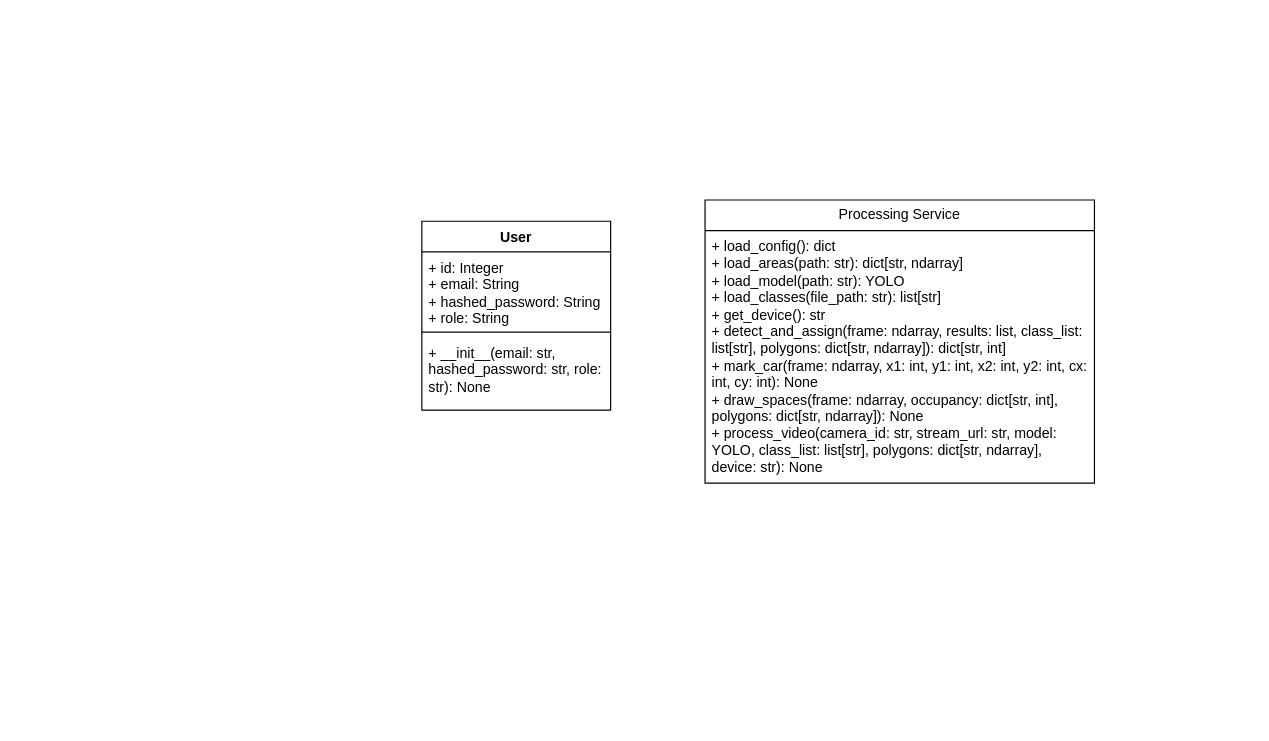
seminarioA/findParking keeps this draw.io diagram as Diagrama de Clases.drawio. Above is the earlier version. Source tidied: cells renumbered, new cells numbered last; positions are measured from the earlier drawing's top-left corner, leaving out a move shared by most shapes. Both pictures are drawn from the tidied source at 118%, with x=0, y=0 at pixel (421, 199).
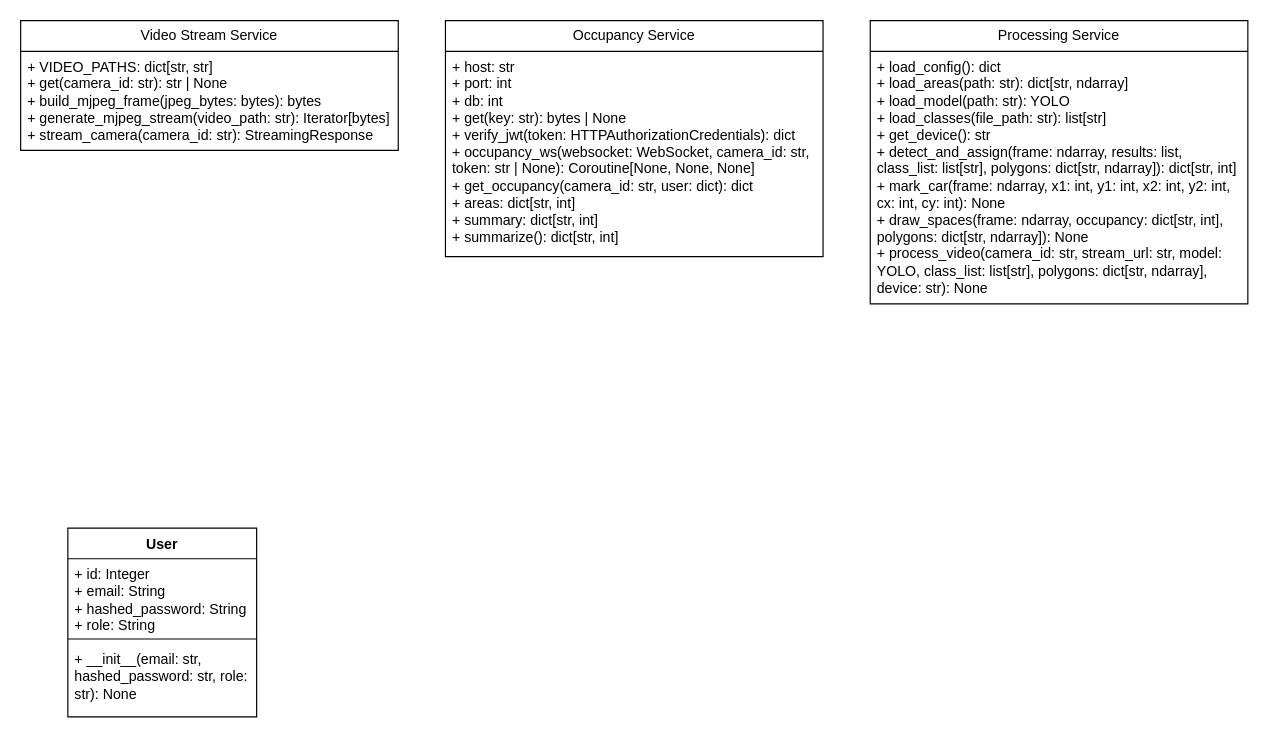
The same diagram, later.

Change to the diagram source:
```diff
@@
 <mxGraphModel>
   <root>
     <mxCell id="0" />
     <mxCell id="1" parent="0" />
     <mxCell id="2" value="&lt;span style=&quot;font-size: 12px;&quot;&gt;User&lt;/span&gt;" style="swimlane;fontStyle=1;align=center;verticalAlign=top;horizontal=1;startSize=26;whiteSpace=wrap;html=1;" parent="1" vertex="1">
-      <mxGeometry y="18" width="160" height="160" as="geometry" />
+      <mxGeometry x="-300" y="278" width="160" height="160" as="geometry" />
     </mxCell>
     <mxCell id="3" value="+ id: Integer&lt;div&gt;+ email: String&lt;/div&gt;&lt;div&gt;&lt;div&gt;&lt;span style=&quot;font-size: 12px;&quot;&gt;+ hashed_password: String&lt;/span&gt;&lt;/div&gt;&lt;div&gt;&lt;span style=&quot;font-size: 12px;&quot;&gt;+ role: String&lt;/span&gt;&lt;/div&gt;&lt;/div&gt;" style="text;strokeColor=none;fillColor=none;align=left;verticalAlign=top;spacingLeft=4;spacingRight=4;overflow=hidden;whiteSpace=wrap;html=1;" parent="2" vertex="1">
       <mxGeometry y="26" width="160" height="64" as="geometry" />
     </mxCell>
     <mxCell id="4" style="line;strokeWidth=1;fillColor=none;align=left;verticalAlign=middle;spacingTop=-1;spacingLeft=3;spacingRight=3;labelPosition=right;strokeColor=inherit;" parent="2" vertex="1">
       <mxGeometry y="90" width="160" height="8" as="geometry" />
     </mxCell>
     <mxCell id="5" value="&lt;div&gt;+ __init__(email: str, hashed_password: str, role: str): None&lt;/div&gt;" style="text;strokeColor=none;fillColor=none;align=left;verticalAlign=top;spacingLeft=4;spacingRight=4;overflow=hidden;whiteSpace=wrap;html=1;" parent="2" vertex="1">
       <mxGeometry y="98" width="160" height="62" as="geometry" />
     </mxCell>
     <mxCell id="6" value="&lt;span style=&quot;font-size: 12px;&quot;&gt;Processing Service&lt;/span&gt;" style="swimlane;fontStyle=0;horizontal=1;startSize=26;fillColor=none;whiteSpace=wrap;html=1;strokeColor=light-dark(#000000,#9933FF);" parent="1" vertex="1">
-      <mxGeometry x="240" width="330" height="240" as="geometry" />
+      <mxGeometry x="380" y="-152" width="320" height="240" as="geometry" />
     </mxCell>
     <mxCell id="7" value="&lt;div&gt;&lt;span style=&quot;font-size: 12px;&quot;&gt;+ load_config(): dict&lt;/span&gt;&lt;/div&gt;&lt;div&gt;&lt;span style=&quot;font-size: 12px;&quot;&gt;+ load_areas(path: str): dict[str, ndarray]&lt;/span&gt;&lt;/div&gt;&lt;div&gt;&lt;span style=&quot;font-size: 12px;&quot;&gt;+ load_model(path: str): YOLO&lt;/span&gt;&lt;/div&gt;&lt;div&gt;&lt;span style=&quot;font-size: 12px;&quot;&gt;+ load_classes(file_path: str): list[str]&lt;/span&gt;&lt;/div&gt;&lt;div&gt;&lt;span style=&quot;font-size: 12px;&quot;&gt;+ get_device(): str&lt;/span&gt;&lt;/div&gt;&lt;div&gt;&lt;span style=&quot;font-size: 12px;&quot;&gt;+ detect_and_assign(frame: ndarray, results: list, class_list: list[str], polygons: dict[str, ndarray]): dict[str, int]&lt;/span&gt;&lt;/div&gt;&lt;div&gt;&lt;span style=&quot;font-size: 12px;&quot;&gt;+ mark_car(frame: ndarray, x1: int, y1: int, x2: int, y2: int, cx: int, cy: int): None&lt;/span&gt;&lt;/div&gt;&lt;div&gt;&lt;span style=&quot;font-size: 12px;&quot;&gt;+ draw_spaces(frame: ndarray, occupancy: dict[str, int], polygons: dict[str, ndarray]): None&lt;/span&gt;&lt;/div&gt;&lt;div&gt;&lt;span style=&quot;font-size: 12px;&quot;&gt;+ process_video(camera_id: str, stream_url: str, model: YOLO, class_list: list[str], polygons: dict[str, ndarray], device: str): None&lt;/span&gt;&lt;/div&gt;" style="text;strokeColor=none;fillColor=none;align=left;verticalAlign=top;spacingLeft=4;spacingRight=4;overflow=hidden;whiteSpace=wrap;html=1;" parent="6" vertex="1">
-      <mxGeometry y="26" width="330" height="214" as="geometry" />
+      <mxGeometry y="26" width="320" height="214" as="geometry" />
     </mxCell>
+    <mxCell id="8" value="&lt;span style=&quot;font-size: 12px;&quot;&gt;Occupancy Service&lt;/span&gt;" style="swimlane;fontStyle=0;horizontal=1;startSize=26;fillColor=none;whiteSpace=wrap;html=1;strokeColor=light-dark(#000000,#0000FF);" parent="1" vertex="1">
+      <mxGeometry x="20" y="-152" width="320" height="200" as="geometry" />
+    </mxCell>
+    <mxCell id="9" value="&lt;div&gt;&lt;div&gt;&lt;span style=&quot;font-size: 12px;&quot;&gt;+ host: str&lt;/span&gt;&lt;/div&gt;&lt;div&gt;&lt;span style=&quot;font-size: 12px;&quot;&gt;+ port: int&lt;/span&gt;&lt;/div&gt;&lt;div&gt;&lt;span style=&quot;font-size: 12px;&quot;&gt;+ db: int&lt;/span&gt;&lt;/div&gt;&lt;div&gt;&lt;span style=&quot;font-size: 12px;&quot;&gt;+ get(key: str): bytes | None&lt;/span&gt;&lt;/div&gt;&lt;div&gt;&lt;span style=&quot;font-size: 12px;&quot;&gt;+ verify_jwt(token: HTTPAuthorizationCredentials): dict&lt;/span&gt;&lt;/div&gt;&lt;div&gt;&lt;span style=&quot;font-size: 12px;&quot;&gt;+ occupancy_ws(websocket: WebSocket, camera_id: str, token: str | None): Coroutine[None, None, None]&lt;/span&gt;&lt;/div&gt;&lt;div&gt;&lt;span style=&quot;font-size: 12px;&quot;&gt;+ get_occupancy(camera_id: str, user: dict): dict&lt;/span&gt;&lt;/div&gt;&lt;div&gt;&lt;span style=&quot;font-size: 12px;&quot;&gt;+ areas: dict[str, int]&lt;/span&gt;&lt;/div&gt;&lt;div&gt;&lt;span style=&quot;font-size: 12px;&quot;&gt;+ summary: dict[str, int]&lt;/span&gt;&lt;/div&gt;&lt;div&gt;&lt;span style=&quot;font-size: 12px;&quot;&gt;+ summarize(): dict[str, int]&lt;/span&gt;&lt;/div&gt;&lt;/div&gt;" style="text;strokeColor=none;fillColor=none;align=left;verticalAlign=top;spacingLeft=4;spacingRight=4;overflow=hidden;whiteSpace=wrap;html=1;" parent="8" vertex="1">
+      <mxGeometry y="26" width="320" height="174" as="geometry" />
+    </mxCell>
+    <mxCell id="10" value="&lt;span style=&quot;font-size: 12px;&quot;&gt;Video Stream Service&lt;/span&gt;" style="swimlane;fontStyle=0;horizontal=1;startSize=26;fillColor=none;whiteSpace=wrap;html=1;strokeColor=light-dark(#000000,#0000FF);" parent="1" vertex="1">
+      <mxGeometry x="-340" y="-152" width="320" height="110" as="geometry" />
+    </mxCell>
+    <mxCell id="11" value="&lt;div&gt;&lt;span style=&quot;font-size: 12px;&quot;&gt;+ VIDEO_PATHS: dict[str, str]&lt;/span&gt;&lt;/div&gt;&lt;div&gt;&lt;span style=&quot;font-size: 12px;&quot;&gt;+ get(camera_id: str): str | None&lt;/span&gt;&lt;/div&gt;&lt;div&gt;&lt;span style=&quot;background-color: transparent; color: light-dark(rgb(0, 0, 0), rgb(255, 255, 255));&quot;&gt;+ build_mjpeg_frame(jpeg_bytes: bytes): bytes&lt;/span&gt;&lt;/div&gt;&lt;div&gt;&lt;span style=&quot;background-color: transparent; color: light-dark(rgb(0, 0, 0), rgb(255, 255, 255));&quot;&gt;+ generate_mjpeg_stream(video_path: str): Iterator[bytes]&lt;/span&gt;&lt;/div&gt;&lt;div&gt;&lt;span style=&quot;background-color: transparent; color: light-dark(rgb(0, 0, 0), rgb(255, 255, 255));&quot;&gt;+ stream_camera(camera_id: str): StreamingResponse&lt;/span&gt;&lt;/div&gt;" style="text;strokeColor=none;fillColor=none;align=left;verticalAlign=top;spacingLeft=4;spacingRight=4;overflow=hidden;whiteSpace=wrap;html=1;" parent="10" vertex="1">
+      <mxGeometry y="26" width="320" height="84" as="geometry" />
+    </mxCell>
   </root>
 </mxGraphModel>
```
